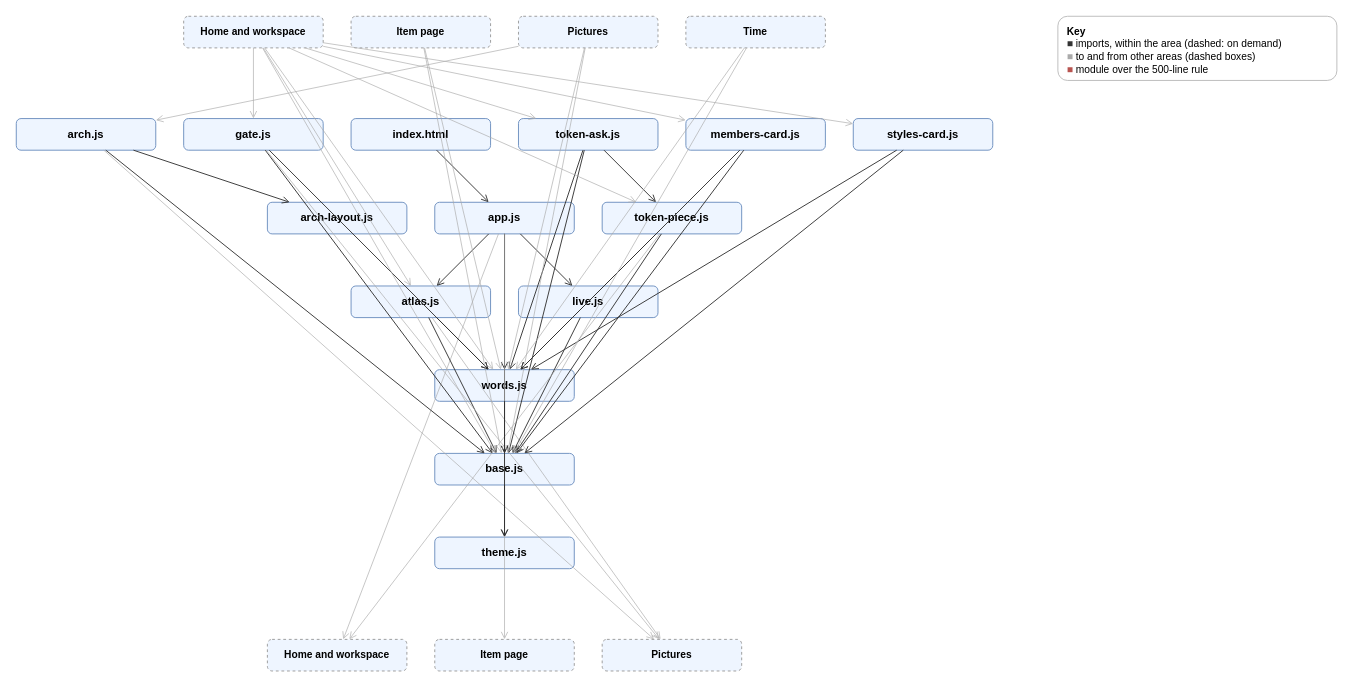
This is page "UI: Shell" (14 of 19) of docs/diagrams/modules.drawio from AlexReiner98/archipelago, a draw.io file, before an edit. Source tidied: cells renumbered, new cells numbered last; positions are measured from the earlier drawing's top-left corner, leaving out a move shared by most shapes. Both pictures are drawn from the tidied source at 93%, with x=0, y=0 at pixel (16, 16).
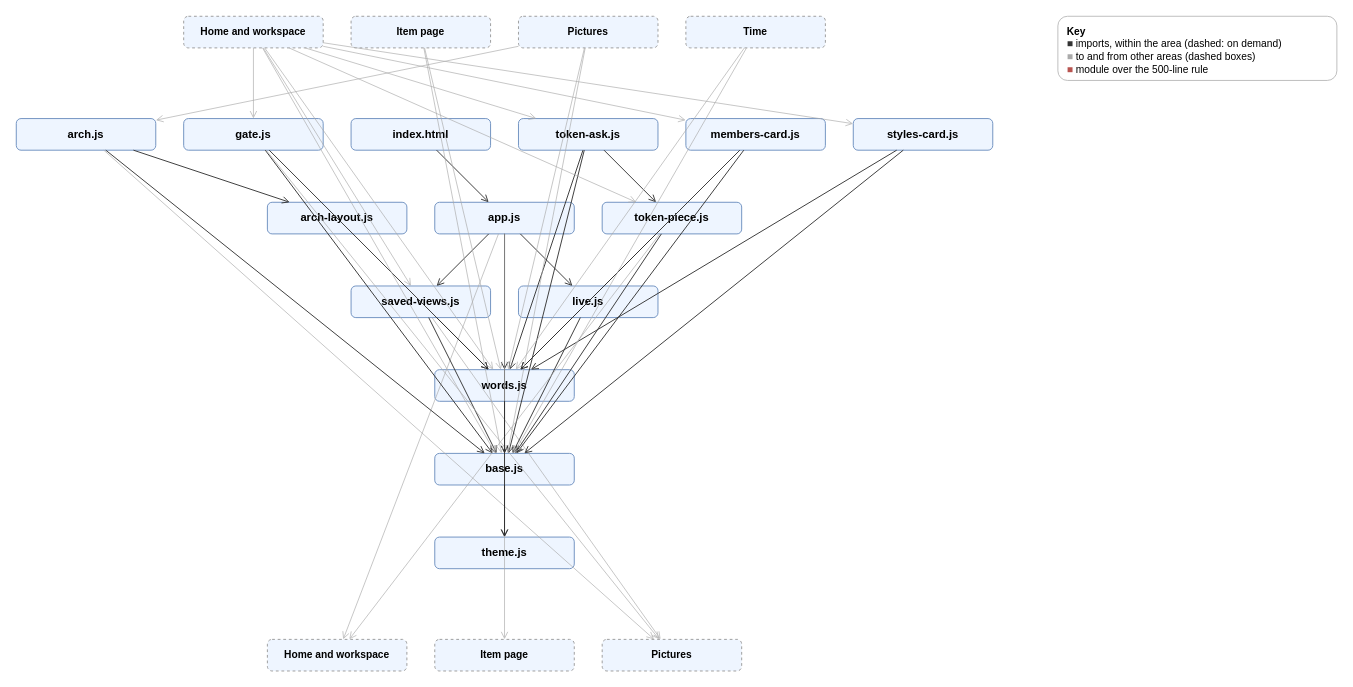
The same page after the edit.

Unchanged cells that the change refers to:
```xml
<mxCell id="2" value="&lt;b&gt;Home and workspace&lt;/b&gt;" style="rounded=1;html=1;whiteSpace=wrap;dashed=1;fontSize=11;fillColor=#eef5ff;strokeColor=#999999;" parent="1" vertex="1">
  <mxGeometry x="180" width="150" height="34" as="geometry" />
</mxCell>
<mxCell id="13" value="app.js" style="rounded=1;html=1;whiteSpace=wrap;fontSize=12;fontStyle=1;fillColor=#eef5ff;strokeColor=#6c8ebf;" parent="1" vertex="1">
  <mxGeometry x="450" y="200" width="150" height="34" as="geometry" />
</mxCell>
<mxCell id="17" value="words.js" style="rounded=1;html=1;whiteSpace=wrap;fontSize=12;fontStyle=1;fillColor=#eef5ff;strokeColor=#6c8ebf;" parent="1" vertex="1">
  <mxGeometry x="450" y="380" width="150" height="34" as="geometry" />
</mxCell>
<mxCell id="18" value="base.js" style="rounded=1;html=1;whiteSpace=wrap;fontSize=12;fontStyle=1;fillColor=#eef5ff;strokeColor=#6c8ebf;" parent="1" vertex="1">
  <mxGeometry x="450" y="470" width="150" height="34" as="geometry" />
</mxCell>
<mxCell id="22" value="&lt;b&gt;Pictures&lt;/b&gt;" style="rounded=1;html=1;whiteSpace=wrap;dashed=1;fontSize=11;fillColor=#eef5ff;strokeColor=#999999;" parent="1" vertex="1">
  <mxGeometry x="630" y="670" width="150" height="34" as="geometry" />
</mxCell>
```

Change to the diagram source:
```diff
@@
-    <mxCell id="15" value="atlas.js" style="rounded=1;html=1;whiteSpace=wrap;fontSize=12;fontStyle=1;fillColor=#eef5ff;strokeColor=#6c8ebf;" parent="1" vertex="1">
-      <mxGeometry x="360" y="290" width="150" height="34" as="geometry" />
-    </mxCell>
+    <mxCell id="69" value="saved-views.js" style="rounded=1;html=1;whiteSpace=wrap;fontSize=12;fontStyle=1;fillColor=#eef5ff;strokeColor=#6c8ebf;" parent="1" vertex="1">
+      <mxGeometry x="360" y="290" width="150" height="34" as="geometry" />
+    </mxCell>
@@
-    <mxCell id="25" style="html=1;endArrow=open;strokeColor=#333333;dashed=0;opacity=100;" parent="1" edge="1" source="13" target="15">
-      <mxGeometry relative="1" as="geometry" />
-    </mxCell>
+    <mxCell id="70" style="html=1;endArrow=open;strokeColor=#333333;dashed=0;opacity=100;" parent="1" edge="1" source="13" target="69">
+      <mxGeometry relative="1" as="geometry" />
+    </mxCell>
@@
-    <mxCell id="33" style="html=1;endArrow=open;strokeColor=#333333;dashed=0;opacity=100;" parent="1" edge="1" source="15" target="18">
-      <mxGeometry relative="1" as="geometry" />
-    </mxCell>
-    <mxCell id="34" style="html=1;endArrow=open;strokeColor=#333333;dashed=0;opacity=100;" parent="1" edge="1" source="15" target="17">
-      <mxGeometry relative="1" as="geometry" />
-    </mxCell>
-    <mxCell id="35" style="html=1;endArrow=open;strokeColor=#aaaaaa;dashed=0;opacity=70;" parent="1" edge="1" source="15" target="22">
-      <mxGeometry relative="1" as="geometry" />
-    </mxCell>
+    <mxCell id="71" style="html=1;endArrow=open;strokeColor=#333333;dashed=0;opacity=100;" parent="1" edge="1" source="69" target="18">
+      <mxGeometry relative="1" as="geometry" />
+    </mxCell>
+    <mxCell id="72" style="html=1;endArrow=open;strokeColor=#333333;dashed=0;opacity=100;" parent="1" edge="1" source="69" target="17">
+      <mxGeometry relative="1" as="geometry" />
+    </mxCell>
+    <mxCell id="73" style="html=1;endArrow=open;strokeColor=#aaaaaa;dashed=0;opacity=70;" parent="1" edge="1" source="69" target="22">
+      <mxGeometry relative="1" as="geometry" />
+    </mxCell>
@@
-    <mxCell id="54" style="html=1;endArrow=open;strokeColor=#aaaaaa;dashed=0;opacity=70;" parent="1" edge="1" source="2" target="15">
-      <mxGeometry relative="1" as="geometry" />
-    </mxCell>
+    <mxCell id="74" style="html=1;endArrow=open;strokeColor=#aaaaaa;dashed=0;opacity=70;" parent="1" edge="1" source="2" target="69">
+      <mxGeometry relative="1" as="geometry" />
+    </mxCell>
```
